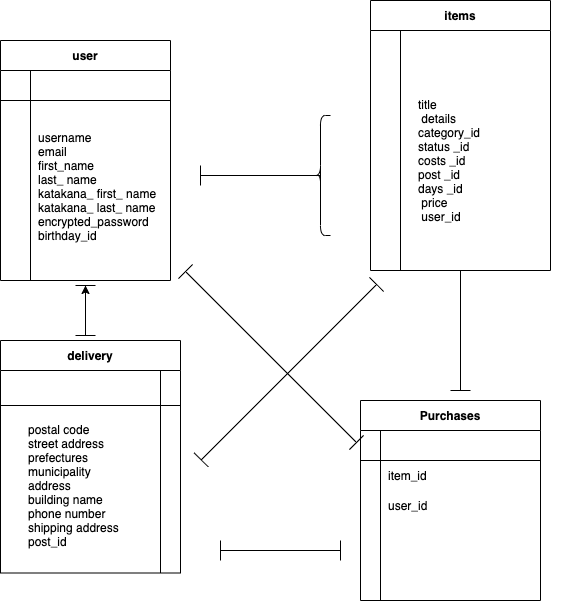
This is er.drawio.png from abetatsu5466/furima-35389, a draw.io export, as it was before one commit. Source tidied: cells renumbered, new cells last; positions are measured from the earlier drawing's top-left corner, leaving out a move shared by most shapes.
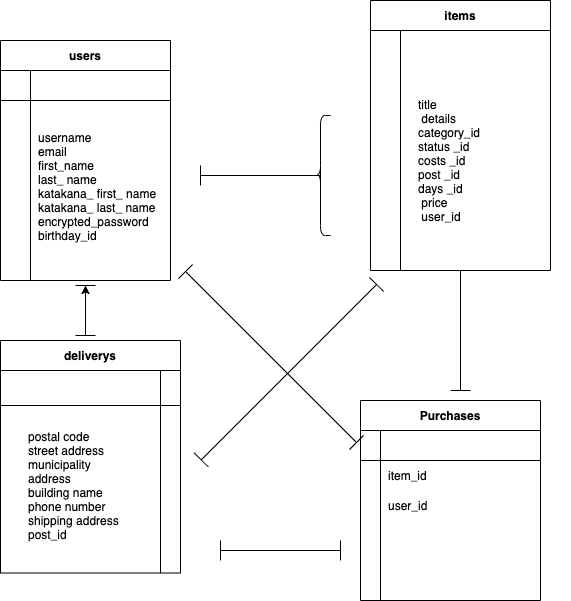
Above is the later version.

The edit, as a diff of the source:
```diff
@@ -2,7 +2,7 @@
   <root>
     <mxCell id="0" />
     <mxCell id="1" parent="0" />
-    <mxCell id="2" value="user" style="shape=table;startSize=30;rowLines=0;fontStyle=1;align=center;" parent="1" vertex="1">
+    <mxCell id="2" value="users" style="shape=table;startSize=30;rowLines=0;fontStyle=1;align=center;" parent="1" vertex="1">
       <mxGeometry y="40" width="170" height="240" as="geometry" />
     </mxCell>
     <mxCell id="3" style="shape=partialRectangle;fillColor=none;top=0;left=0;bottom=1;right=0;" parent="2" vertex="1">
@@ -143,13 +143,13 @@
     <mxCell id="48" style="shape=partialRectangle;fillColor=none;top=0;left=0;bottom=0;right=0;align=left;spacingLeft=6;overflow=hidden;" parent="1" vertex="1">
       <mxGeometry x="340" y="530" width="160" height="30" as="geometry" />
     </mxCell>
-    <mxCell id="49" value="postal code &#10;street address &#10;prefectures &#10;municipality &#10;address &#10;building name &#10;phone number &#10;shipping address  &#10;post_id" style="shape=partialRectangle;fillColor=none;top=0;left=0;bottom=0;right=0;align=left;spacingLeft=6;overflow=hidden;" parent="1" vertex="1">
+    <mxCell id="49" value="postal code &#10;street address  &#10;municipality &#10;address &#10;building name &#10;phone number &#10;shipping address  &#10;post_id" style="shape=partialRectangle;fillColor=none;top=0;left=0;bottom=0;right=0;align=left;spacingLeft=6;overflow=hidden;" parent="1" vertex="1">
       <mxGeometry x="20" y="375" width="140" height="220" as="geometry" />
     </mxCell>
     <mxCell id="50" style="shape=partialRectangle;fillColor=none;top=0;left=0;bottom=0;right=0;align=left;spacingLeft=6;overflow=hidden;" parent="1" vertex="1">
       <mxGeometry x="400" y="205" width="140" height="30" as="geometry" />
     </mxCell>
-    <mxCell id="51" value="delivery" style="shape=table;startSize=30;rowLines=0;fontStyle=1;align=center;" parent="1" vertex="1">
+    <mxCell id="51" value="deliverys" style="shape=table;startSize=30;rowLines=0;fontStyle=1;align=center;" parent="1" vertex="1">
       <mxGeometry y="340" width="180" height="232.5" as="geometry" />
     </mxCell>
     <mxCell id="52" style="shape=partialRectangle;fillColor=none;top=0;left=0;bottom=1;right=0;" parent="51" vertex="1">
```
